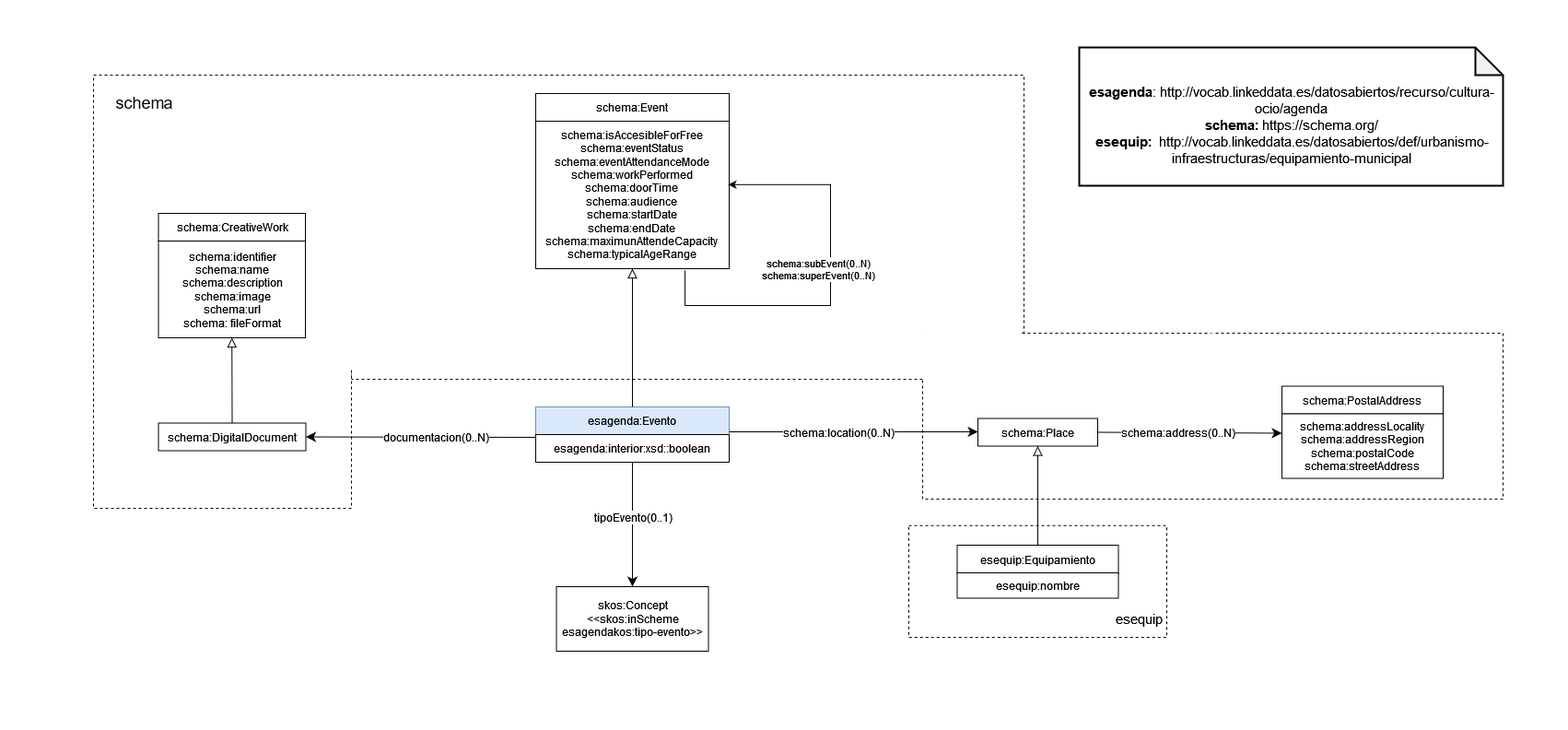
This is v1.1-rc/ontologia.png from opencitydata/cultura-ocio-agenda-eventos-actividades, a draw.io export, as it was before one commit. Source tidied: cells renumbered, new cells last; positions are measured from the earlier drawing's top-left corner, leaving out a move shared by most shapes. Its diagram source:
```xml
<mxGraphModel>
  <root>
    <mxCell id="0" />
    <mxCell id="1" parent="0" />
    <mxCell id="2" style="rounded=0;whiteSpace=wrap;html=1;dashed=1;fontSize=15;strokeColor=#FFFFFF;strokeWidth=2;" parent="1" vertex="1">
      <mxGeometry width="1700" height="780" as="geometry" />
    </mxCell>
    <mxCell id="3" style="rounded=0;whiteSpace=wrap;html=1;dashed=1;strokeWidth=1;" parent="1" vertex="1">
      <mxGeometry x="380" y="80" width="730" height="330" as="geometry" />
    </mxCell>
    <mxCell id="4" style="rounded=0;whiteSpace=wrap;html=1;dashed=1;" parent="1" vertex="1">
      <mxGeometry x="985" y="568.8" width="280" height="121.2" as="geometry" />
    </mxCell>
    <mxCell id="5" style="rounded=0;whiteSpace=wrap;html=1;dashed=1;" parent="1" vertex="1">
      <mxGeometry x="1000" y="360" width="630" height="180" as="geometry" />
    </mxCell>
    <mxCell id="6" style="rounded=0;whiteSpace=wrap;html=1;dashed=1;" parent="1" vertex="1">
      <mxGeometry x="100" y="80" width="280" height="470" as="geometry" />
    </mxCell>
    <mxCell id="7" style="edgeStyle=orthogonalEdgeStyle;rounded=0;jettySize=auto;html=1;exitX=0.9;exitY=1;exitDx=0;exitDy=0;fontSize=15;strokeColor=#FFFFFF;strokeWidth=6;" parent="1" edge="1" source="8" target="2">
      <mxGeometry relative="1" as="geometry" />
    </mxCell>
    <mxCell id="8" value="esagenda:Evento" style="rounded=0;whiteSpace=wrap;html=1;snapToPoint=1;points=[[0.1,0],[0.2,0],[0.3,0],[0.4,0],[0.5,0],[0.6,0],[0.7,0],[0.8,0],[0.9,0],[0,0.1],[0,0.3],[0,0.5],[0,0.7],[0,0.9],[0.1,1],[0.2,1],[0.3,1],[0.4,1],[0.5,1],[0.6,1],[0.7,1],[0.8,1],[0.9,1],[1,0.1],[1,0.3],[1,0.5],[1,0.7],[1,0.9]];fillColor=#dae8fc;strokeColor=#6c8ebf;" parent="1" vertex="1">
      <mxGeometry x="580" y="440" width="210" height="30" as="geometry" />
    </mxCell>
    <mxCell id="9" value="esagenda:interior:xsd::boolean" style="rounded=0;whiteSpace=wrap;html=1;snapToPoint=1;points=[[0.1,0],[0.2,0],[0.3,0],[0.4,0],[0.5,0],[0.6,0],[0.7,0],[0.8,0],[0.9,0],[0,0.1],[0,0.3],[0,0.5],[0,0.7],[0,0.9],[0.1,1],[0.2,1],[0.3,1],[0.4,1],[0.5,1],[0.6,1],[0.7,1],[0.8,1],[0.9,1],[1,0.1],[1,0.3],[1,0.5],[1,0.7],[1,0.9]];" parent="1" vertex="1">
      <mxGeometry x="580" y="470" width="210" height="30" as="geometry" />
    </mxCell>
    <mxCell id="10" style="endArrow=classic;html=1;exitX=0.5;exitY=1;exitDx=0;exitDy=0;endSize=8;arcSize=0;rounded=0;entryX=0.5;entryY=0;entryDx=0;entryDy=0;" parent="1" edge="1" source="9" target="12">
      <mxGeometry relative="1" as="geometry" />
    </mxCell>
    <mxCell id="11" value="&lt;div&gt;tipoEvento(0..1)&lt;/div&gt;" style="text;html=1;align=center;verticalAlign=middle;labelBackgroundColor=#ffffff;" parent="10" vertex="1">
      <mxGeometry x="-0.13" relative="1" as="geometry" />
    </mxCell>
    <mxCell id="12" value="&lt;div&gt;skos:Concept&lt;/div&gt;&lt;div&gt;&amp;lt;&amp;lt;skos:inScheme esagendakos:tipo-evento&amp;gt;&amp;gt;&lt;br&gt;&lt;/div&gt;" style="rounded=0;whiteSpace=wrap;html=1;snapToPoint=1;points=[[0.1,0],[0.2,0],[0.3,0],[0.4,0],[0.5,0],[0.6,0],[0.7,0],[0.8,0],[0.9,0],[0,0.1],[0,0.3],[0,0.5],[0,0.7],[0,0.9],[0.1,1],[0.2,1],[0.3,1],[0.4,1],[0.5,1],[0.6,1],[0.7,1],[0.8,1],[0.9,1],[1,0.1],[1,0.3],[1,0.5],[1,0.7],[1,0.9]];" parent="1" vertex="1">
      <mxGeometry x="602.5" y="635" width="165" height="70" as="geometry" />
    </mxCell>
    <mxCell id="13" value="&lt;div&gt;schema:DigitalDocument&lt;/div&gt;" style="rounded=0;whiteSpace=wrap;html=1;snapToPoint=1;points=[[0.1,0],[0.2,0],[0.3,0],[0.4,0],[0.5,0],[0.6,0],[0.7,0],[0.8,0],[0.9,0],[0,0.1],[0,0.3],[0,0.5],[0,0.7],[0,0.9],[0.1,1],[0.2,1],[0.3,1],[0.4,1],[0.5,1],[0.6,1],[0.7,1],[0.8,1],[0.9,1],[1,0.1],[1,0.3],[1,0.5],[1,0.7],[1,0.9]];" parent="1" vertex="1">
      <mxGeometry x="170.5" y="457.5" width="160" height="30" as="geometry" />
    </mxCell>
    <mxCell id="14" style="endArrow=classic;html=1;exitX=0;exitY=0.1;exitDx=0;exitDy=0;entryX=1;entryY=0.5;entryDx=0;entryDy=0;endSize=8;arcSize=0;rounded=0;" parent="1" edge="1" source="9" target="13">
      <mxGeometry relative="1" as="geometry" />
    </mxCell>
    <mxCell id="15" value="documentacion(0..N)" style="text;html=1;align=center;verticalAlign=middle;labelBackgroundColor=#ffffff;" parent="14" vertex="1">
      <mxGeometry x="-0.13" relative="1" as="geometry" />
    </mxCell>
    <mxCell id="16" value="&lt;div&gt;schema:identifier&lt;/div&gt;&lt;div&gt;schema:name&lt;/div&gt;&lt;div&gt;schema:description&lt;/div&gt;&lt;div&gt;schema:image&lt;/div&gt;&lt;div&gt;schema:url&lt;/div&gt;&lt;div&gt;schema: fileFormat&lt;br&gt;&lt;/div&gt;" style="rounded=0;whiteSpace=wrap;html=1;snapToPoint=1;points=[[0.1,0],[0.2,0],[0.3,0],[0.4,0],[0.5,0],[0.6,0],[0.7,0],[0.8,0],[0.9,0],[0,0.1],[0,0.3],[0,0.5],[0,0.7],[0,0.9],[0.1,1],[0.2,1],[0.3,1],[0.4,1],[0.5,1],[0.6,1],[0.7,1],[0.8,1],[0.9,1],[1,0.1],[1,0.3],[1,0.5],[1,0.7],[1,0.9]];" parent="1" vertex="1">
      <mxGeometry x="170.5" y="260" width="159.5" height="105" as="geometry" />
    </mxCell>
    <mxCell id="17" value="schema:CreativeWork" style="rounded=0;whiteSpace=wrap;html=1;" parent="1" vertex="1">
      <mxGeometry x="170.5" y="230" width="159.5" height="30" as="geometry" />
    </mxCell>
    <mxCell id="18" style="endArrow=block;html=1;fontColor=#000099;endFill=0;endSize=8;arcSize=0;rounded=0;exitX=0.5;exitY=0;exitDx=0;exitDy=0;entryX=0.5;entryY=1;entryDx=0;entryDy=0;" parent="1" edge="1" source="13" target="16">
      <mxGeometry relative="1" as="geometry" />
    </mxCell>
    <mxCell id="19" style="endArrow=classic;html=1;endSize=8;arcSize=0;rounded=0;exitX=1;exitY=0.9;exitDx=0;exitDy=0;" parent="1" edge="1" source="8">
      <mxGeometry relative="1" as="geometry">
        <mxPoint x="1060" y="467" as="targetPoint" />
      </mxGeometry>
    </mxCell>
    <mxCell id="20" value="&lt;div&gt;schema:location(0..N)&lt;/div&gt;" style="text;html=1;align=center;verticalAlign=middle;labelBackgroundColor=#ffffff;" parent="19" vertex="1">
      <mxGeometry x="-0.13" relative="1" as="geometry" />
    </mxCell>
    <mxCell id="21" value="schema:Place" style="rounded=0;whiteSpace=wrap;html=1;snapToPoint=1;points=[[0.1,0],[0.2,0],[0.3,0],[0.4,0],[0.5,0],[0.6,0],[0.7,0],[0.8,0],[0.9,0],[0,0.1],[0,0.3],[0,0.5],[0,0.7],[0,0.9],[0.1,1],[0.2,1],[0.3,1],[0.4,1],[0.5,1],[0.6,1],[0.7,1],[0.8,1],[0.9,1],[1,0.1],[1,0.3],[1,0.5],[1,0.7],[1,0.9]];" parent="1" vertex="1">
      <mxGeometry x="1060" y="452.5" width="130" height="30" as="geometry" />
    </mxCell>
    <mxCell id="22" value="schema:PostalAddress" style="rounded=0;whiteSpace=wrap;html=1;" parent="1" vertex="1">
      <mxGeometry x="1390" y="417.5" width="175" height="30" as="geometry" />
    </mxCell>
    <mxCell id="23" value="&lt;div&gt;schema:addressLocality&lt;/div&gt;&lt;div&gt;schema:addressRegion&lt;/div&gt;&lt;div&gt;schema:postalCode&lt;/div&gt;&lt;div&gt;schema:streetAddress&lt;br&gt;&lt;/div&gt;" style="rounded=0;whiteSpace=wrap;html=1;snapToPoint=1;points=[[0.1,0],[0.2,0],[0.3,0],[0.4,0],[0.5,0],[0.6,0],[0.7,0],[0.8,0],[0.9,0],[0,0.1],[0,0.3],[0,0.5],[0,0.7],[0,0.9],[0.1,1],[0.2,1],[0.3,1],[0.4,1],[0.5,1],[0.6,1],[0.7,1],[0.8,1],[0.9,1],[1,0.1],[1,0.3],[1,0.5],[1,0.7],[1,0.9]];" parent="1" vertex="1">
      <mxGeometry x="1390" y="447.5" width="175" height="70" as="geometry" />
    </mxCell>
    <mxCell id="24" style="endArrow=classic;html=1;endSize=8;arcSize=0;rounded=0;exitX=1;exitY=0.5;exitDx=0;exitDy=0;entryX=0;entryY=0.3;entryDx=0;entryDy=0;" parent="1" edge="1" source="21" target="23">
      <mxGeometry relative="1" as="geometry" />
    </mxCell>
    <mxCell id="25" value="&lt;div&gt;schema:address(0..N)&lt;/div&gt;" style="text;html=1;align=center;verticalAlign=middle;labelBackgroundColor=#ffffff;" parent="24" vertex="1">
      <mxGeometry x="-0.13" relative="1" as="geometry" />
    </mxCell>
    <mxCell id="26" style="endArrow=block;html=1;fontColor=#000099;endFill=0;endSize=8;arcSize=0;rounded=0;exitX=0.5;exitY=0;exitDx=0;exitDy=0;entryX=0.5;entryY=1;entryDx=0;entryDy=0;" parent="1" edge="1" source="27" target="21">
      <mxGeometry relative="1" as="geometry" />
    </mxCell>
    <mxCell id="27" value="esequip:Equipamiento" style="rounded=0;whiteSpace=wrap;html=1;snapToPoint=1;points=[[0.1,0],[0.2,0],[0.3,0],[0.4,0],[0.5,0],[0.6,0],[0.7,0],[0.8,0],[0.9,0],[0,0.1],[0,0.3],[0,0.5],[0,0.7],[0,0.9],[0.1,1],[0.2,1],[0.3,1],[0.4,1],[0.5,1],[0.6,1],[0.7,1],[0.8,1],[0.9,1],[1,0.1],[1,0.3],[1,0.5],[1,0.7],[1,0.9]];" parent="1" vertex="1">
      <mxGeometry x="1037.5" y="590" width="175" height="31.2" as="geometry" />
    </mxCell>
    <mxCell id="28" value="esequip:nombre" style="rounded=0;whiteSpace=wrap;html=1;" parent="1" vertex="1">
      <mxGeometry x="1037.5" y="620" width="175" height="27.5" as="geometry" />
    </mxCell>
    <mxCell id="29" value="schema:isAccesibleForFree&lt;br&gt;schema:eventStatus&lt;br&gt;schema:eventAttendanceMode&lt;br&gt;schema:workPerformed&lt;br&gt;schema:doorTime&lt;br&gt;&lt;div&gt;schema:audience&lt;/div&gt;&lt;div&gt;schema:startDate&lt;/div&gt;schema:endDate&lt;br&gt;schema:maximunAttendeCapacity&lt;br&gt;schema:typicalAgeRange" style="rounded=0;whiteSpace=wrap;html=1;snapToPoint=1;points=[[0.1,0],[0.2,0],[0.3,0],[0.4,0],[0.5,0],[0.6,0],[0.7,0],[0.8,0],[0.9,0],[0,0.1],[0,0.3],[0,0.5],[0,0.7],[0,0.9],[0.1,1],[0.2,1],[0.3,1],[0.4,1],[0.5,1],[0.6,1],[0.7,1],[0.8,1],[0.9,1],[1,0.1],[1,0.3],[1,0.5],[1,0.7],[1,0.9]];" parent="1" vertex="1">
      <mxGeometry x="580" y="130" width="210" height="160" as="geometry" />
    </mxCell>
    <mxCell id="30" value="schema:Event" style="rounded=0;whiteSpace=wrap;html=1;" parent="1" vertex="1">
      <mxGeometry x="580" y="100" width="210" height="30" as="geometry" />
    </mxCell>
    <mxCell id="31" style="endArrow=block;html=1;fontColor=#000099;endFill=0;endSize=8;arcSize=0;rounded=0;entryX=0.5;entryY=1;entryDx=0;entryDy=0;exitX=0.5;exitY=0;exitDx=0;exitDy=0;" parent="1" edge="1" source="8" target="29">
      <mxGeometry relative="1" as="geometry" />
    </mxCell>
    <mxCell id="32" style="edgeStyle=orthogonalEdgeStyle;rounded=0;orthogonalLoop=1;jettySize=auto;html=1;exitX=0.772;exitY=1.011;exitDx=0;exitDy=0;entryX=0.995;entryY=0.43;entryDx=0;entryDy=0;entryPerimeter=0;exitPerimeter=0;" parent="1" edge="1" source="29" target="29">
      <mxGeometry relative="1" as="geometry">
        <Array as="points">
          <mxPoint x="742" y="330" />
          <mxPoint x="900" y="330" />
          <mxPoint x="900" y="199" />
        </Array>
      </mxGeometry>
    </mxCell>
    <mxCell id="33" value="&lt;div&gt;schema:subEvent(0..N)&lt;/div&gt;&lt;div&gt;schema:superEvent(0..N)&lt;br&gt;&lt;/div&gt;" style="edgeLabel;html=1;align=center;verticalAlign=middle;" parent="32" vertex="1">
      <mxGeometry x="-0.24" y="1" relative="1" as="geometry">
        <mxPoint x="16" y="-39" as="offset" />
      </mxGeometry>
    </mxCell>
    <mxCell id="34" value="&lt;font style=&quot;font-size: 18px&quot;&gt;schema&lt;/font&gt;" style="text;html=1;align=center;verticalAlign=middle;strokeColor=none;fillColor=none;strokeWidth=2;fontSize=15;" parent="1" vertex="1">
      <mxGeometry x="115" y="100" width="80" height="20" as="geometry" />
    </mxCell>
    <mxCell id="35" value="&lt;font style=&quot;font-size: 15px&quot;&gt;esequip&lt;/font&gt;" style="text;html=1;align=center;verticalAlign=middle;strokeColor=none;fillColor=none;" parent="1" vertex="1">
      <mxGeometry x="1200" y="660" width="70" height="20" as="geometry" />
    </mxCell>
    <mxCell id="36" style="endArrow=none;html=1;rounded=0;entryX=0;entryY=0;entryDx=0;entryDy=0;strokeColor=#FFFFFF;strokeWidth=4;" parent="1" edge="1" target="3">
      <mxGeometry relative="1" as="geometry">
        <mxPoint x="380" y="400" as="sourcePoint" />
      </mxGeometry>
    </mxCell>
    <mxCell id="37" style="edgeStyle=orthogonalEdgeStyle;rounded=0;orthogonalLoop=1;jettySize=auto;html=1;exitX=0.5;exitY=0;exitDx=0;exitDy=0;strokeColor=#FFFFFF;strokeWidth=6;" parent="1" edge="1" source="5" target="5">
      <mxGeometry relative="1" as="geometry" />
    </mxCell>
    <mxCell id="38" style="endArrow=none;html=1;rounded=0;strokeColor=#FFFFFF;strokeWidth=6;exitX=0.847;exitY=0.997;exitDx=0;exitDy=0;exitPerimeter=0;entryX=0;entryY=0;entryDx=0;entryDy=0;" parent="1" edge="1" source="3" target="5">
      <mxGeometry relative="1" as="geometry" />
    </mxCell>
    <mxCell id="39" style="endArrow=none;html=1;rounded=0;strokeColor=#FFFFFF;strokeWidth=6;exitX=0;exitY=0;exitDx=0;exitDy=0;entryX=0.17;entryY=-0.002;entryDx=0;entryDy=0;entryPerimeter=0;" parent="1" edge="1" source="5" target="5">
      <mxGeometry relative="1" as="geometry" />
    </mxCell>
    <mxCell id="40" value="&lt;div align=&quot;center&quot;&gt;&lt;b&gt;&lt;br&gt;&lt;/b&gt;&lt;/div&gt;&lt;div align=&quot;center&quot;&gt;&lt;b&gt;&lt;br&gt;&lt;/b&gt;&lt;/div&gt;&lt;div align=&quot;center&quot;&gt;&lt;b&gt;esagenda&lt;/b&gt;: http://vocab.linkeddata.es/datosabiertos/recurso/cultura-ocio/agenda&lt;b&gt;&lt;br&gt;&lt;/b&gt;&lt;/div&gt;&lt;div align=&quot;center&quot;&gt;&lt;b&gt;schema:&lt;/b&gt; https://schema.org/&lt;/div&gt;&lt;div align=&quot;center&quot;&gt;&lt;b&gt;esequip:&amp;nbsp; &lt;/b&gt;http://vocab.linkeddata.es/datosabiertos/def/urbanismo-infraestructuras/equipamiento-municipal&lt;br&gt;&lt;/div&gt;&lt;div&gt;&lt;br&gt;&lt;/div&gt;" style="shape=note;whiteSpace=wrap;html=1;backgroundOutline=1;darkOpacity=0.05;fontSize=15;strokeColor=#000000;strokeWidth=2;align=left;" parent="1" vertex="1">
      <mxGeometry x="1170" y="50" width="460" height="150" as="geometry" />
    </mxCell>
  </root>
</mxGraphModel>
```
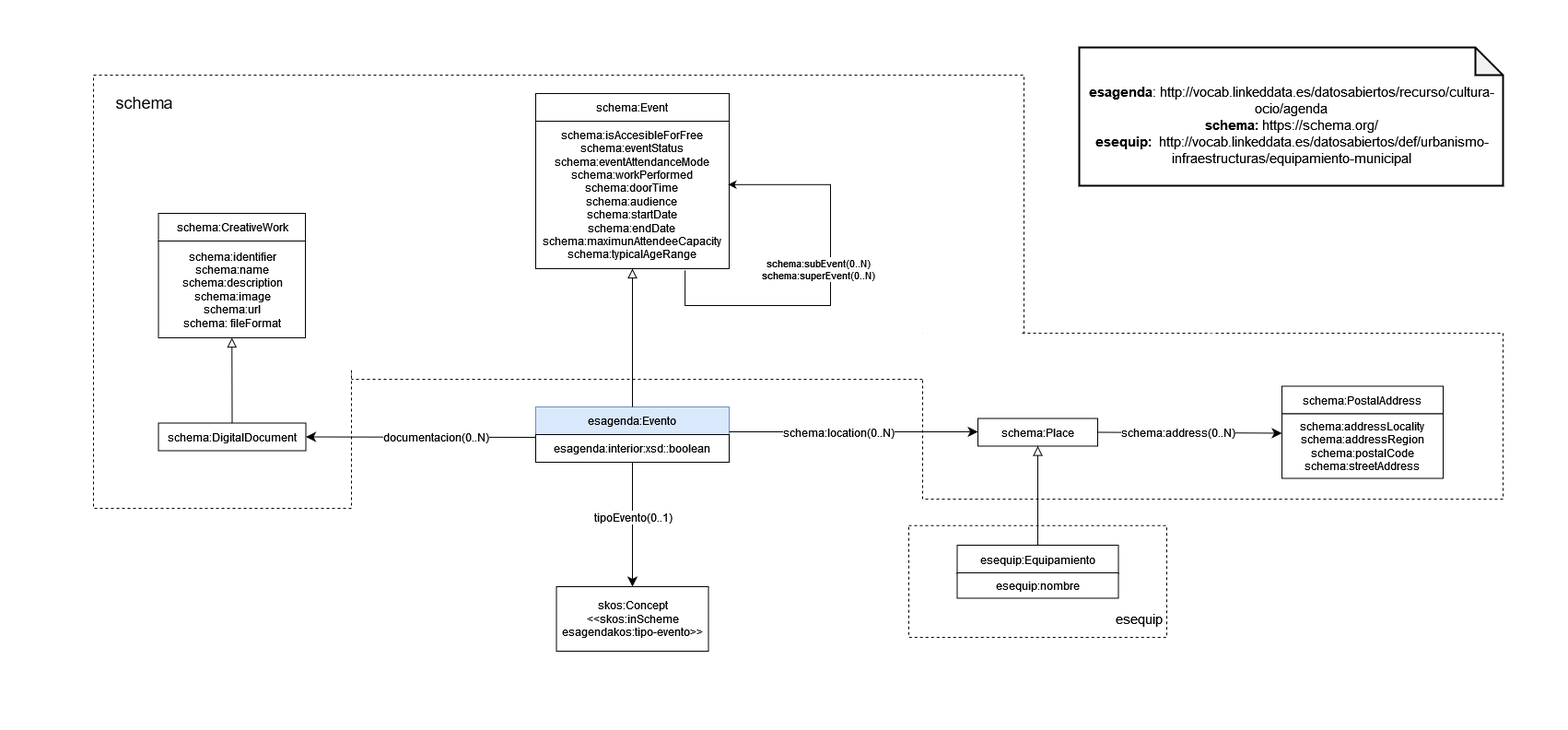
The same diagram one commit later.

Commit message:
corrección nombres ontología

Diff of the diagram source:
```diff
@@ -2,7 +2,7 @@
   <root>
     <mxCell id="0" />
     <mxCell id="1" parent="0" />
-    <mxCell id="2" style="rounded=0;whiteSpace=wrap;html=1;dashed=1;fontSize=15;strokeColor=#FFFFFF;strokeWidth=2;" parent="1" vertex="1">
+    <mxCell id="2" style="rounded=0;whiteSpace=wrap;html=1;fontSize=15;strokeColor=#FFFFFF;strokeWidth=2;" parent="1" vertex="1">
       <mxGeometry width="1700" height="780" as="geometry" />
     </mxCell>
     <mxCell id="3" style="rounded=0;whiteSpace=wrap;html=1;dashed=1;strokeWidth=1;" parent="1" vertex="1">
@@ -85,7 +85,7 @@
     <mxCell id="28" value="esequip:nombre" style="rounded=0;whiteSpace=wrap;html=1;" parent="1" vertex="1">
       <mxGeometry x="1037.5" y="620" width="175" height="27.5" as="geometry" />
     </mxCell>
-    <mxCell id="29" value="schema:isAccesibleForFree&lt;br&gt;schema:eventStatus&lt;br&gt;schema:eventAttendanceMode&lt;br&gt;schema:workPerformed&lt;br&gt;schema:doorTime&lt;br&gt;&lt;div&gt;schema:audience&lt;/div&gt;&lt;div&gt;schema:startDate&lt;/div&gt;schema:endDate&lt;br&gt;schema:maximunAttendeCapacity&lt;br&gt;schema:typicalAgeRange" style="rounded=0;whiteSpace=wrap;html=1;snapToPoint=1;points=[[0.1,0],[0.2,0],[0.3,0],[0.4,0],[0.5,0],[0.6,0],[0.7,0],[0.8,0],[0.9,0],[0,0.1],[0,0.3],[0,0.5],[0,0.7],[0,0.9],[0.1,1],[0.2,1],[0.3,1],[0.4,1],[0.5,1],[0.6,1],[0.7,1],[0.8,1],[0.9,1],[1,0.1],[1,0.3],[1,0.5],[1,0.7],[1,0.9]];" parent="1" vertex="1">
+    <mxCell id="29" value="schema:isAccesibleForFree&lt;br&gt;schema:eventStatus&lt;br&gt;schema:eventAttendanceMode&lt;br&gt;schema:workPerformed&lt;br&gt;schema:doorTime&lt;br&gt;&lt;div&gt;schema:audience&lt;/div&gt;&lt;div&gt;schema:startDate&lt;/div&gt;schema:endDate&lt;br&gt;schema:maximunAttendeeCapacity&lt;br&gt;schema:typicalAgeRange" style="rounded=0;whiteSpace=wrap;html=1;snapToPoint=1;points=[[0.1,0],[0.2,0],[0.3,0],[0.4,0],[0.5,0],[0.6,0],[0.7,0],[0.8,0],[0.9,0],[0,0.1],[0,0.3],[0,0.5],[0,0.7],[0,0.9],[0.1,1],[0.2,1],[0.3,1],[0.4,1],[0.5,1],[0.6,1],[0.7,1],[0.8,1],[0.9,1],[1,0.1],[1,0.3],[1,0.5],[1,0.7],[1,0.9]];" parent="1" vertex="1">
       <mxGeometry x="580" y="130" width="210" height="160" as="geometry" />
     </mxCell>
     <mxCell id="30" value="schema:Event" style="rounded=0;whiteSpace=wrap;html=1;" parent="1" vertex="1">
```
